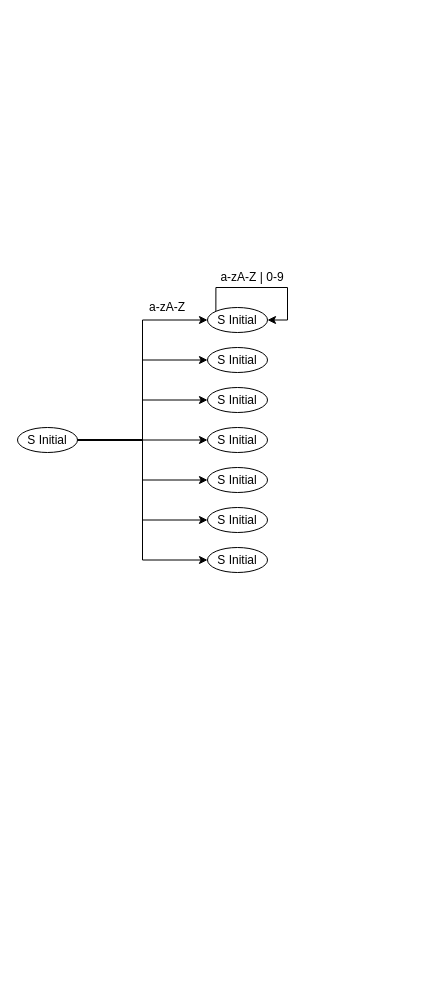
Above: Untitled Diagram.drawio in huangluzhi/flex_c (draw.io), before the change. Source tidied: cells renumbered, new cells numbered last; positions are measured from the earlier drawing's top-left corner, leaving out a move shared by most shapes. Both pictures are drawn from the tidied source at 100%, with x=0, y=0 at pixel (17, 267).
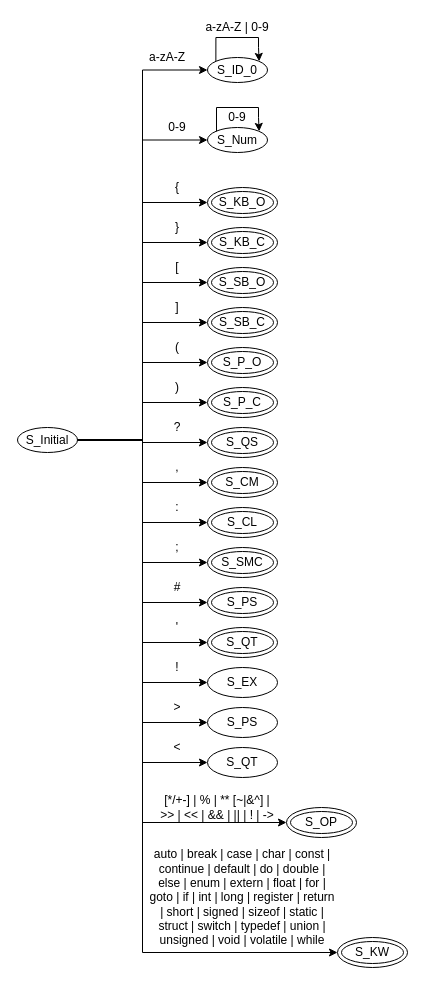
Above is the later version.

Diff of the diagram source:
```diff
@@
+    <mxCell id="20" style="edgeStyle=orthogonalEdgeStyle;rounded=0;jettySize=auto;html=1;exitX=1;exitY=0.5;exitDx=0;exitDy=0;entryX=0;entryY=0.5;entryDx=0;entryDy=0;" parent="1" edge="1" source="9" target="32">
+      <mxGeometry relative="1" as="geometry" />
+    </mxCell>
+    <mxCell id="21" style="edgeStyle=orthogonalEdgeStyle;rounded=0;jettySize=auto;html=1;exitX=1;exitY=0.5;exitDx=0;exitDy=0;entryX=0;entryY=0.5;entryDx=0;entryDy=0;" parent="1" edge="1" source="9" target="36">
+      <mxGeometry relative="1" as="geometry" />
+    </mxCell>
+    <mxCell id="22" style="edgeStyle=orthogonalEdgeStyle;rounded=0;jettySize=auto;html=1;exitX=1;exitY=0.5;exitDx=0;exitDy=0;entryX=0;entryY=0.5;entryDx=0;entryDy=0;" parent="1" edge="1" source="9" target="43">
+      <mxGeometry relative="1" as="geometry" />
+    </mxCell>
+    <mxCell id="23" style="edgeStyle=orthogonalEdgeStyle;rounded=0;jettySize=auto;html=1;exitX=1;exitY=0.5;exitDx=0;exitDy=0;entryX=0;entryY=0.5;entryDx=0;entryDy=0;" parent="1" edge="1" source="9" target="44">
+      <mxGeometry relative="1" as="geometry" />
+    </mxCell>
+    <mxCell id="24" style="edgeStyle=orthogonalEdgeStyle;rounded=0;jettySize=auto;html=1;exitX=1;exitY=0.5;exitDx=0;exitDy=0;entryX=0;entryY=0.5;entryDx=0;entryDy=0;" parent="1" edge="1" source="9" target="49">
+      <mxGeometry relative="1" as="geometry" />
+    </mxCell>
+    <mxCell id="25" style="edgeStyle=orthogonalEdgeStyle;rounded=0;jettySize=auto;html=1;exitX=1;exitY=0.5;exitDx=0;exitDy=0;entryX=0;entryY=0.5;entryDx=0;entryDy=0;" parent="1" edge="1" source="9" target="50">
+      <mxGeometry relative="1" as="geometry" />
+    </mxCell>
+    <mxCell id="26" style="edgeStyle=orthogonalEdgeStyle;rounded=0;jettySize=auto;html=1;exitX=1;exitY=0.5;exitDx=0;exitDy=0;entryX=0;entryY=0.5;entryDx=0;entryDy=0;" parent="1" edge="1" source="9" target="48">
+      <mxGeometry relative="1" as="geometry" />
+    </mxCell>
+    <mxCell id="27" style="edgeStyle=orthogonalEdgeStyle;rounded=0;jettySize=auto;html=1;exitX=1;exitY=0.5;exitDx=0;exitDy=0;entryX=0;entryY=0.5;entryDx=0;entryDy=0;" parent="1" edge="1" source="9" target="54">
+      <mxGeometry relative="1" as="geometry">
+        <Array as="points">
+          <mxPoint x="125" y="173" />
+          <mxPoint x="125" y="555" />
+        </Array>
+      </mxGeometry>
+    </mxCell>
+    <mxCell id="28" style="edgeStyle=orthogonalEdgeStyle;rounded=0;jettySize=auto;html=1;exitX=1;exitY=0.5;exitDx=0;exitDy=0;entryX=0;entryY=0.5;entryDx=0;entryDy=0;" parent="1" edge="1" source="9" target="56">
+      <mxGeometry relative="1" as="geometry">
+        <Array as="points">
+          <mxPoint x="125" y="173" />
+          <mxPoint x="125" y="685" />
+        </Array>
+      </mxGeometry>
+    </mxCell>
+    <mxCell id="29" style="edgeStyle=orthogonalEdgeStyle;rounded=0;jettySize=auto;html=1;exitX=1;exitY=0.5;exitDx=0;exitDy=0;entryX=0;entryY=0.5;entryDx=0;entryDy=0;" parent="1" edge="1" source="9" target="59">
+      <mxGeometry relative="1" as="geometry" />
+    </mxCell>
+    <mxCell id="30" style="edgeStyle=orthogonalEdgeStyle;rounded=0;jettySize=auto;html=1;exitX=1;exitY=0.5;exitDx=0;exitDy=0;entryX=0;entryY=0.5;entryDx=0;entryDy=0;" parent="1" edge="1" source="9" target="58">
+      <mxGeometry relative="1" as="geometry" />
+    </mxCell>
+    <mxCell id="31" style="edgeStyle=orthogonalEdgeStyle;rounded=0;jettySize=auto;html=1;exitX=1;exitY=0.5;exitDx=0;exitDy=0;entryX=0;entryY=0.5;entryDx=0;entryDy=0;" parent="1" edge="1" source="9" target="62">
+      <mxGeometry relative="1" as="geometry" />
+    </mxCell>
-    <mxCell id="9" value="S Initial" style="ellipse;whiteSpace=wrap;html=1;" parent="1" vertex="1">
+    <mxCell id="9" value="S_Initial" style="ellipse;whiteSpace=wrap;html=1;" parent="1" vertex="1">
       <mxGeometry y="160" width="60" height="25" as="geometry" />
     </mxCell>
-    <mxCell id="10" value="S Initial" style="ellipse;whiteSpace=wrap;html=1;" parent="1" vertex="1">
-      <mxGeometry x="190" y="160" width="60" height="25" as="geometry" />
+    <mxCell id="10" value="S_SB_C" style="ellipse;shape=doubleEllipse;whiteSpace=wrap;html=1;" parent="1" vertex="1">
+      <mxGeometry x="190" y="40" width="70" height="30" as="geometry" />
     </mxCell>
-    <mxCell id="11" value="S Initial" style="ellipse;whiteSpace=wrap;html=1;" parent="1" vertex="1">
-      <mxGeometry x="190" y="120" width="60" height="25" as="geometry" />
+    <mxCell id="11" value="S_SB_O" style="ellipse;shape=doubleEllipse;whiteSpace=wrap;html=1;" parent="1" vertex="1">
+      <mxGeometry x="190" width="70" height="30" as="geometry" />
     </mxCell>
-    <mxCell id="12" value="S Initial" style="ellipse;whiteSpace=wrap;html=1;" parent="1" vertex="1">
-      <mxGeometry x="190" y="80" width="60" height="25" as="geometry" />
+    <mxCell id="12" value="S_CL" style="ellipse;shape=doubleEllipse;whiteSpace=wrap;html=1;" parent="1" vertex="1">
+      <mxGeometry x="190" y="240" width="70" height="30" as="geometry" />
     </mxCell>
-    <mxCell id="13" value="S Initial" style="ellipse;whiteSpace=wrap;html=1;" parent="1" vertex="1">
-      <mxGeometry x="190" y="40" width="60" height="25" as="geometry" />
+    <mxCell id="13" value="S_ID_0" style="ellipse;whiteSpace=wrap;html=1;" parent="1" vertex="1">
+      <mxGeometry x="190" y="-210" width="60" height="25" as="geometry" />
     </mxCell>
-    <mxCell id="14" value="S Initial" style="ellipse;whiteSpace=wrap;html=1;" parent="1" vertex="1">
-      <mxGeometry x="190" y="200" width="60" height="25" as="geometry" />
+    <mxCell id="14" value="S_P_O" style="ellipse;shape=doubleEllipse;whiteSpace=wrap;html=1;" parent="1" vertex="1">
+      <mxGeometry x="190" y="80" width="70" height="30" as="geometry" />
     </mxCell>
-    <mxCell id="15" value="S Initial" style="ellipse;whiteSpace=wrap;html=1;" parent="1" vertex="1">
-      <mxGeometry x="190" y="240" width="60" height="25" as="geometry" />
+    <mxCell id="15" value="S_P_C" style="ellipse;shape=doubleEllipse;whiteSpace=wrap;html=1;" parent="1" vertex="1">
+      <mxGeometry x="190" y="120" width="70" height="30" as="geometry" />
     </mxCell>
-    <mxCell id="16" value="S Initial" style="ellipse;whiteSpace=wrap;html=1;" parent="1" vertex="1">
-      <mxGeometry x="190" y="280" width="60" height="25" as="geometry" />
+    <mxCell id="16" value="S_QS" style="ellipse;shape=doubleEllipse;whiteSpace=wrap;html=1;" parent="1" vertex="1">
+      <mxGeometry x="190" y="160" width="70" height="30" as="geometry" />
     </mxCell>
     <mxCell id="17" value="a-zA-Z" style="text;html=1;strokeColor=none;fillColor=none;align=center;verticalAlign=middle;whiteSpace=wrap;rounded=0;" parent="1" vertex="1">
-      <mxGeometry x="130" y="30" width="40" height="20" as="geometry" />
+      <mxGeometry x="130" y="-220" width="40" height="20" as="geometry" />
     </mxCell>
-    <mxCell id="18" style="edgeStyle=orthogonalEdgeStyle;rounded=0;orthogonalLoop=1;jettySize=auto;html=1;exitX=0;exitY=0;exitDx=0;exitDy=0;entryX=1;entryY=0.5;entryDx=0;entryDy=0;" parent="1" edge="1" source="13" target="13">
-      <mxGeometry relative="1" as="geometry" />
+    <mxCell id="18" style="edgeStyle=orthogonalEdgeStyle;rounded=0;orthogonalLoop=1;jettySize=auto;html=1;exitX=0;exitY=0;exitDx=0;exitDy=0;entryX=1;entryY=0;entryDx=0;entryDy=0;" parent="1" edge="1" source="13" target="13">
+      <mxGeometry relative="1" as="geometry">
+        <Array as="points">
+          <mxPoint x="199" y="-230" />
+          <mxPoint x="241" y="-230" />
+          <mxPoint x="241" y="-220" />
+          <mxPoint x="241" y="-220" />
+        </Array>
+      </mxGeometry>
     </mxCell>
     <mxCell id="19" value="a-zA-Z | 0-9&lt;br/&gt;" style="text;html=1;strokeColor=none;fillColor=none;align=center;verticalAlign=middle;whiteSpace=wrap;rounded=0;" parent="1" vertex="1">
-      <mxGeometry x="200" width="70" height="20" as="geometry" />
+      <mxGeometry x="185" y="-250" width="70" height="20" as="geometry" />
     </mxCell>
+    <mxCell id="32" value="S_Num" style="ellipse;whiteSpace=wrap;html=1;" parent="1" vertex="1">
+      <mxGeometry x="190" y="-140" width="60" height="25" as="geometry" />
+    </mxCell>
+    <mxCell id="33" value="0-9" style="text;html=1;strokeColor=none;fillColor=none;align=center;verticalAlign=middle;whiteSpace=wrap;rounded=0;" parent="1" vertex="1">
+      <mxGeometry x="140" y="-150" width="40" height="20" as="geometry" />
+    </mxCell>
+    <mxCell id="34" style="edgeStyle=orthogonalEdgeStyle;rounded=0;jettySize=auto;html=1;entryX=1;entryY=0;entryDx=0;entryDy=0;" parent="1" edge="1" target="32">
+      <mxGeometry relative="1" as="geometry">
+        <mxPoint x="199" y="-136" as="sourcePoint" />
+        <Array as="points">
+          <mxPoint x="199" y="-160" />
+          <mxPoint x="241" y="-160" />
+          <mxPoint x="241" y="-150" />
+        </Array>
+      </mxGeometry>
+    </mxCell>
+    <mxCell id="35" value="0-9" style="text;html=1;strokeColor=none;fillColor=none;align=center;verticalAlign=middle;whiteSpace=wrap;rounded=0;" parent="1" vertex="1">
+      <mxGeometry x="185" y="-160" width="70" height="20" as="geometry" />
+    </mxCell>
+    <mxCell id="36" value="S_CM" style="ellipse;shape=doubleEllipse;whiteSpace=wrap;html=1;" parent="1" vertex="1">
+      <mxGeometry x="190" y="200" width="70" height="30" as="geometry" />
+    </mxCell>
+    <mxCell id="37" value=":" style="text;html=1;strokeColor=none;fillColor=none;align=center;verticalAlign=middle;whiteSpace=wrap;rounded=0;" parent="1" vertex="1">
+      <mxGeometry x="140" y="230" width="40" height="20" as="geometry" />
+    </mxCell>
+    <mxCell id="38" value="[" style="text;html=1;strokeColor=none;fillColor=none;align=center;verticalAlign=middle;whiteSpace=wrap;rounded=0;" parent="1" vertex="1">
+      <mxGeometry x="140" y="-10" width="40" height="20" as="geometry" />
+    </mxCell>
+    <mxCell id="39" value="]" style="text;html=1;strokeColor=none;fillColor=none;align=center;verticalAlign=middle;whiteSpace=wrap;rounded=0;" parent="1" vertex="1">
+      <mxGeometry x="140" y="30" width="40" height="20" as="geometry" />
+    </mxCell>
+    <mxCell id="40" value="?" style="text;html=1;strokeColor=none;fillColor=none;align=center;verticalAlign=middle;whiteSpace=wrap;rounded=0;" parent="1" vertex="1">
+      <mxGeometry x="140" y="150" width="40" height="20" as="geometry" />
+    </mxCell>
+    <mxCell id="41" value=")" style="text;html=1;strokeColor=none;fillColor=none;align=center;verticalAlign=middle;whiteSpace=wrap;rounded=0;" parent="1" vertex="1">
+      <mxGeometry x="140" y="110" width="40" height="20" as="geometry" />
+    </mxCell>
+    <mxCell id="42" value="(" style="text;html=1;strokeColor=none;fillColor=none;align=center;verticalAlign=middle;whiteSpace=wrap;rounded=0;" parent="1" vertex="1">
+      <mxGeometry x="140" y="70" width="40" height="20" as="geometry" />
+    </mxCell>
+    <mxCell id="43" value="S_KB_C" style="ellipse;shape=doubleEllipse;whiteSpace=wrap;html=1;" parent="1" vertex="1">
+      <mxGeometry x="190" y="-40" width="70" height="30" as="geometry" />
+    </mxCell>
+    <mxCell id="44" value="S_KB_O" style="ellipse;shape=doubleEllipse;whiteSpace=wrap;html=1;" parent="1" vertex="1">
+      <mxGeometry x="190" y="-80" width="70" height="30" as="geometry" />
+    </mxCell>
+    <mxCell id="45" value="{" style="text;html=1;strokeColor=none;fillColor=none;align=center;verticalAlign=middle;whiteSpace=wrap;rounded=0;" parent="1" vertex="1">
+      <mxGeometry x="140" y="-90" width="40" height="20" as="geometry" />
+    </mxCell>
+    <mxCell id="46" value="}" style="text;html=1;strokeColor=none;fillColor=none;align=center;verticalAlign=middle;whiteSpace=wrap;rounded=0;" parent="1" vertex="1">
+      <mxGeometry x="140" y="-50" width="40" height="20" as="geometry" />
+    </mxCell>
+    <mxCell id="47" value="," style="text;html=1;strokeColor=none;fillColor=none;align=center;verticalAlign=middle;whiteSpace=wrap;rounded=0;" parent="1" vertex="1">
+      <mxGeometry x="140" y="190" width="40" height="20" as="geometry" />
+    </mxCell>
+    <mxCell id="48" value="S_EX" style="ellipse;whiteSpace=wrap;html=1;" parent="1" vertex="1">
+      <mxGeometry x="190" y="400" width="70" height="30" as="geometry" />
+    </mxCell>
+    <mxCell id="49" value="S_SMC" style="ellipse;shape=doubleEllipse;whiteSpace=wrap;html=1;" parent="1" vertex="1">
+      <mxGeometry x="190" y="280" width="70" height="30" as="geometry" />
+    </mxCell>
+    <mxCell id="50" value="S_PS" style="ellipse;shape=doubleEllipse;whiteSpace=wrap;html=1;" parent="1" vertex="1">
+      <mxGeometry x="190" y="320" width="70" height="30" as="geometry" />
+    </mxCell>
+    <mxCell id="51" value="!" style="text;html=1;strokeColor=none;fillColor=none;align=center;verticalAlign=middle;whiteSpace=wrap;rounded=0;" parent="1" vertex="1">
+      <mxGeometry x="140" y="390" width="40" height="20" as="geometry" />
+    </mxCell>
+    <mxCell id="52" value=";" style="text;html=1;strokeColor=none;fillColor=none;align=center;verticalAlign=middle;whiteSpace=wrap;rounded=0;" parent="1" vertex="1">
+      <mxGeometry x="140" y="270" width="40" height="20" as="geometry" />
+    </mxCell>
+    <mxCell id="53" value="#" style="text;html=1;strokeColor=none;fillColor=none;align=center;verticalAlign=middle;whiteSpace=wrap;rounded=0;" parent="1" vertex="1">
+      <mxGeometry x="140" y="310" width="40" height="20" as="geometry" />
+    </mxCell>
+    <mxCell id="54" value="S_OP" style="ellipse;shape=doubleEllipse;whiteSpace=wrap;html=1;" parent="1" vertex="1">
+      <mxGeometry x="269" y="540" width="70" height="30" as="geometry" />
+    </mxCell>
+    <mxCell id="55" value="[*/+-] | % | ** [~|&amp;amp;^] | &amp;gt;&amp;gt; | &amp;lt;&amp;lt; | &amp;amp;&amp;amp; | || | ! | -&amp;gt;" style="text;html=1;strokeColor=none;fillColor=none;align=center;verticalAlign=middle;whiteSpace=wrap;rounded=0;" parent="1" vertex="1">
+      <mxGeometry x="140" y="530" width="120" height="20" as="geometry" />
+    </mxCell>
+    <mxCell id="56" value="S_KW" style="ellipse;shape=doubleEllipse;whiteSpace=wrap;html=1;" parent="1" vertex="1">
+      <mxGeometry x="320" y="670" width="70" height="30" as="geometry" />
+    </mxCell>
+    <mxCell id="57" value="auto | break | case | char | const | continue | default | do | double | else | enum | extern | float | for | goto | if | int | long | register | return | short | signed | sizeof | static | struct | switch | typedef | union | unsigned | void | volatile | while" style="text;html=1;strokeColor=none;fillColor=none;align=center;verticalAlign=middle;whiteSpace=wrap;rounded=0;" parent="1" vertex="1">
+      <mxGeometry x="130" y="620" width="190" height="20" as="geometry" />
+    </mxCell>
+    <mxCell id="58" value="S_QT" style="ellipse;whiteSpace=wrap;html=1;" parent="1" vertex="1">
+      <mxGeometry x="190" y="480" width="70" height="30" as="geometry" />
+    </mxCell>
+    <mxCell id="59" value="S_PS" style="ellipse;whiteSpace=wrap;html=1;" parent="1" vertex="1">
+      <mxGeometry x="190" y="440" width="70" height="30" as="geometry" />
+    </mxCell>
+    <mxCell id="60" value="&amp;lt;" style="text;html=1;strokeColor=none;fillColor=none;align=center;verticalAlign=middle;whiteSpace=wrap;rounded=0;" parent="1" vertex="1">
+      <mxGeometry x="140" y="470" width="40" height="20" as="geometry" />
+    </mxCell>
+    <mxCell id="61" value="&amp;gt;" style="text;html=1;strokeColor=none;fillColor=none;align=center;verticalAlign=middle;whiteSpace=wrap;rounded=0;" parent="1" vertex="1">
+      <mxGeometry x="140" y="430" width="40" height="20" as="geometry" />
+    </mxCell>
+    <mxCell id="62" value="S_QT" style="ellipse;shape=doubleEllipse;whiteSpace=wrap;html=1;" parent="1" vertex="1">
+      <mxGeometry x="190" y="360" width="70" height="30" as="geometry" />
+    </mxCell>
+    <mxCell id="63" value="'" style="text;html=1;strokeColor=none;fillColor=none;align=center;verticalAlign=middle;whiteSpace=wrap;rounded=0;" parent="1" vertex="1">
+      <mxGeometry x="140" y="350" width="40" height="20" as="geometry" />
+    </mxCell>
```
